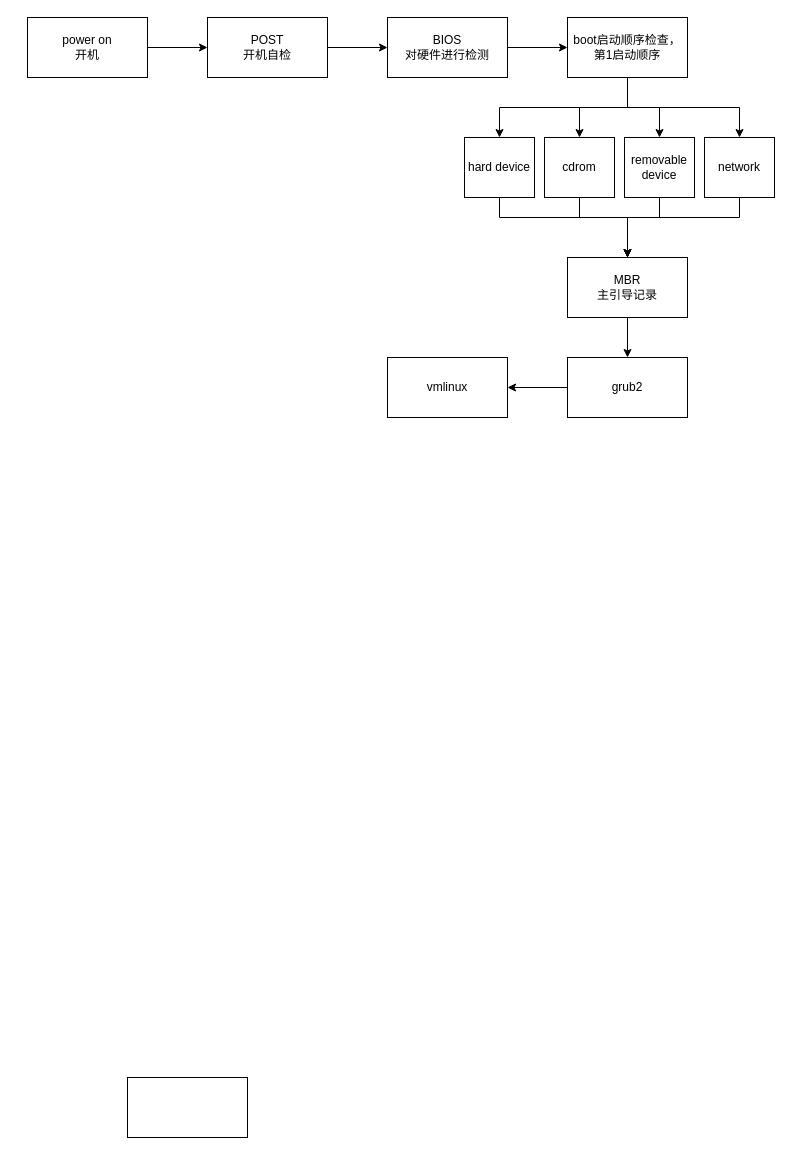
The draw.io diagram 开机启动流程.drawio in wupei-w/diagrams, before the edit. Source tidied: cells renumbered, new cells numbered last; positions are measured from the earlier drawing's top-left corner, leaving out a move shared by most shapes. Both pictures are drawn from the tidied source at 100%, with x=0, y=0 at pixel (27, 17).
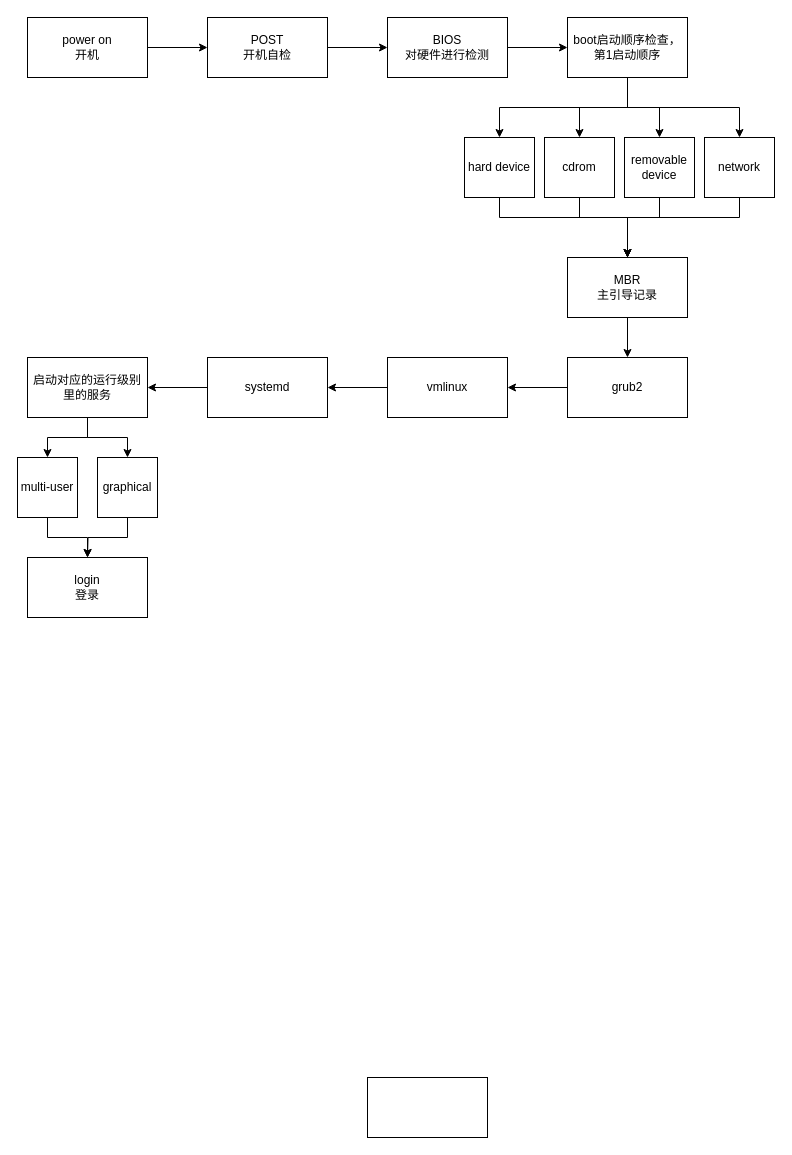
Above is the later version.

Commit message:
开机启动流程.drawio

The change refers to these unchanged cells:
```xml
<mxCell id="26" value="vmlinux" style="rounded=0;whiteSpace=wrap;html=1;" parent="1" vertex="1">
  <mxGeometry x="360" y="340" width="120" height="60" as="geometry" />
</mxCell>
```

The edit, as a diff of the source:
```diff
@@
     <mxCell id="2" style="rounded=0;whiteSpace=wrap;html=1;" parent="1" vertex="1">
-      <mxGeometry x="100" y="1060" width="120" height="60" as="geometry" />
+      <mxGeometry x="340" y="1060" width="120" height="60" as="geometry" />
     </mxCell>
@@
+    <mxCell id="27" style="edgeStyle=orthogonalEdgeStyle;rounded=0;jettySize=auto;html=1;exitX=0;exitY=0.5;exitDx=0;exitDy=0;entryX=1;entryY=0.5;entryDx=0;entryDy=0;" parent="1" edge="1" source="26" target="29">
+      <mxGeometry relative="1" as="geometry" />
+    </mxCell>
@@
+    <mxCell id="28" style="edgeStyle=orthogonalEdgeStyle;rounded=0;jettySize=auto;html=1;exitX=0;exitY=0.5;exitDx=0;exitDy=0;entryX=1;entryY=0.5;entryDx=0;entryDy=0;" parent="1" edge="1" source="29" target="32">
+      <mxGeometry relative="1" as="geometry" />
+    </mxCell>
+    <mxCell id="29" value="systemd" style="rounded=0;whiteSpace=wrap;html=1;" parent="1" vertex="1">
+      <mxGeometry x="180" y="340" width="120" height="60" as="geometry" />
+    </mxCell>
+    <mxCell id="30" style="edgeStyle=orthogonalEdgeStyle;rounded=0;jettySize=auto;html=1;exitX=0.5;exitY=1;exitDx=0;exitDy=0;entryX=0.5;entryY=0;entryDx=0;entryDy=0;" parent="1" edge="1" source="32" target="34">
+      <mxGeometry relative="1" as="geometry" />
+    </mxCell>
+    <mxCell id="31" style="edgeStyle=orthogonalEdgeStyle;rounded=0;jettySize=auto;html=1;exitX=0.5;exitY=1;exitDx=0;exitDy=0;entryX=0.5;entryY=0;entryDx=0;entryDy=0;" parent="1" edge="1" source="32" target="36">
+      <mxGeometry relative="1" as="geometry" />
+    </mxCell>
+    <mxCell id="32" value="启动对应的运行级别里的服务" style="rounded=0;whiteSpace=wrap;html=1;" parent="1" vertex="1">
+      <mxGeometry y="340" width="120" height="60" as="geometry" />
+    </mxCell>
+    <mxCell id="33" style="edgeStyle=orthogonalEdgeStyle;rounded=0;jettySize=auto;html=1;exitX=0.5;exitY=1;exitDx=0;exitDy=0;entryX=0.5;entryY=0;entryDx=0;entryDy=0;" parent="1" edge="1" source="34" target="37">
+      <mxGeometry relative="1" as="geometry" />
+    </mxCell>
+    <mxCell id="34" value="multi-user" style="rounded=0;whiteSpace=wrap;html=1;" parent="1" vertex="1">
+      <mxGeometry x="-10" y="440" width="60" height="60" as="geometry" />
+    </mxCell>
+    <mxCell id="35" style="edgeStyle=orthogonalEdgeStyle;rounded=0;jettySize=auto;html=1;exitX=0.5;exitY=1;exitDx=0;exitDy=0;" parent="1" edge="1" source="36">
+      <mxGeometry relative="1" as="geometry">
+        <mxPoint x="60" y="540" as="targetPoint" />
+      </mxGeometry>
+    </mxCell>
+    <mxCell id="36" value="&lt;span&gt;graphical&lt;/span&gt;" style="rounded=0;whiteSpace=wrap;html=1;" parent="1" vertex="1">
+      <mxGeometry x="70" y="440" width="60" height="60" as="geometry" />
+    </mxCell>
+    <mxCell id="37" value="login&lt;br&gt;登录" style="rounded=0;whiteSpace=wrap;html=1;" parent="1" vertex="1">
+      <mxGeometry y="540" width="120" height="60" as="geometry" />
+    </mxCell>
```
